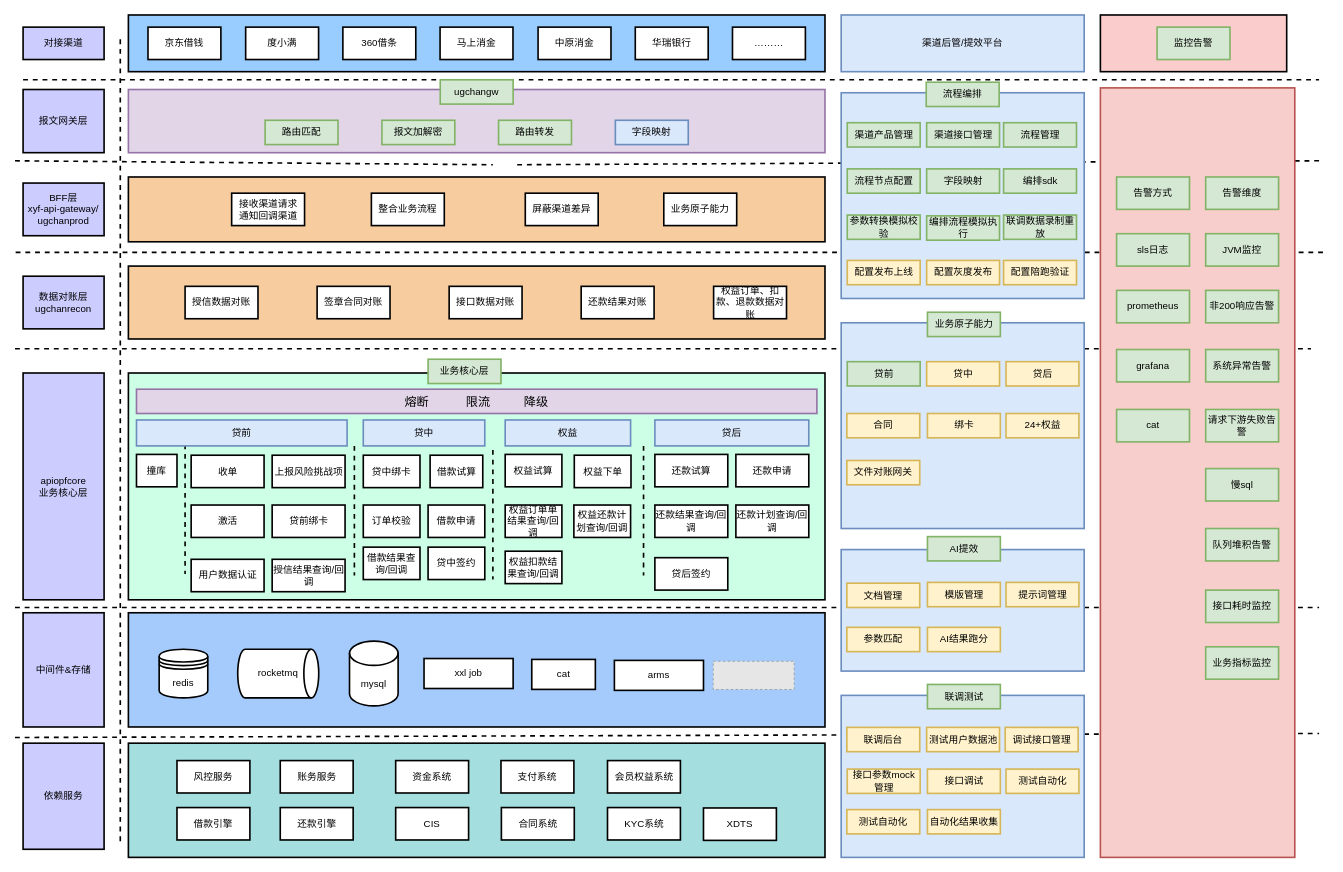
Earlier version of the draw.io diagram api产品中心-系统架构图.drawio (yuanlj-tea/picgo). Source tidied: cells renumbered, new cells numbered last; positions are measured from the earlier drawing's top-left corner, leaving out a move shared by most shapes. Both pictures are drawn from the tidied source at 81%, with x=0, y=0 at pixel (15, 15). Pictures stored in the file or linked from it are replaced by grey dashed boxes.
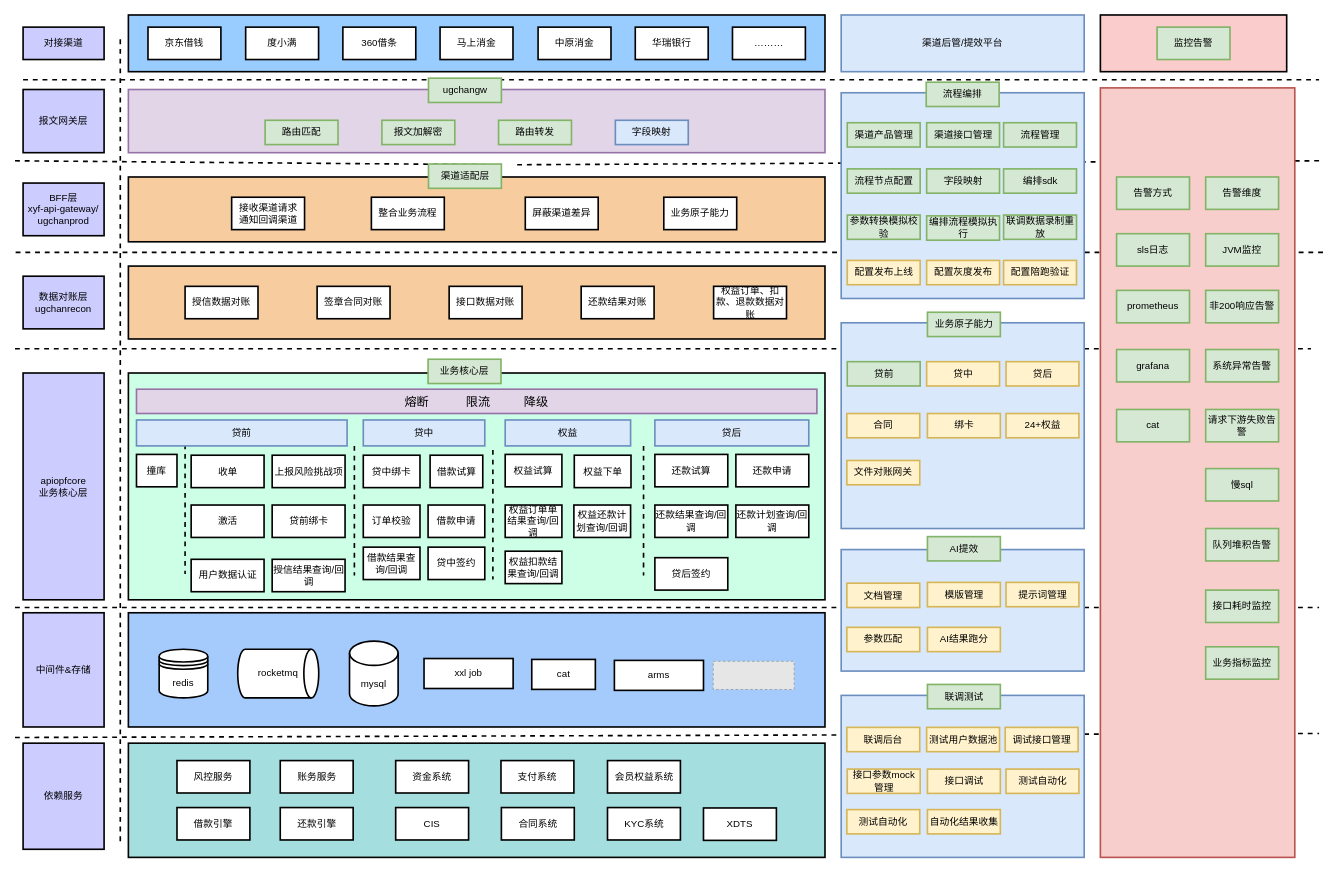
After the change.

Commit message:
更新api产品中心-系统架构图.drawio

The edit, as a diff of the source:
```diff
@@
     <mxCell id="53" value="接收渠道请求&lt;br&gt;通知回调渠道" style="rounded=0;whiteSpace=wrap;html=1;strokeWidth=2;" parent="1" vertex="1">
-      <mxGeometry x="267.5" y="220" width="90" height="40" as="geometry" />
+      <mxGeometry x="267.5" y="225" width="90" height="40" as="geometry" />
     </mxCell>
     <mxCell id="54" value="整合业务流程" style="rounded=0;whiteSpace=wrap;html=1;strokeWidth=2;" parent="1" vertex="1">
-      <mxGeometry x="440" y="220" width="90" height="40" as="geometry" />
+      <mxGeometry x="440" y="225" width="90" height="40" as="geometry" />
     </mxCell>
     <mxCell id="55" value="屏蔽渠道差异" style="rounded=0;whiteSpace=wrap;html=1;strokeWidth=2;" parent="1" vertex="1">
-      <mxGeometry x="630" y="220" width="90" height="40" as="geometry" />
+      <mxGeometry x="630" y="225" width="90" height="40" as="geometry" />
     </mxCell>
@@
     <mxCell id="143" value="ugchangw" style="rounded=0;whiteSpace=wrap;html=1;fillColor=#d5e8d4;strokeColor=#82b366;strokeWidth=2;" parent="1" vertex="1">
-      <mxGeometry x="525" y="80" width="90" height="30" as="geometry" />
+      <mxGeometry x="510.5" y="78" width="90" height="30" as="geometry" />
     </mxCell>
@@
     <mxCell id="150" value="业务原子能力" style="rounded=0;whiteSpace=wrap;html=1;strokeWidth=2;" parent="1" vertex="1">
-      <mxGeometry x="801" y="220" width="90" height="40" as="geometry" />
+      <mxGeometry x="801" y="225" width="90" height="40" as="geometry" />
     </mxCell>
@@
+    <mxCell id="154" value="渠道适配层" style="rounded=0;whiteSpace=wrap;html=1;fillColor=#d5e8d4;strokeColor=#82b366;strokeWidth=2;" parent="1" vertex="1">
+      <mxGeometry x="510.5" y="184" width="90" height="30" as="geometry" />
+    </mxCell>
```
